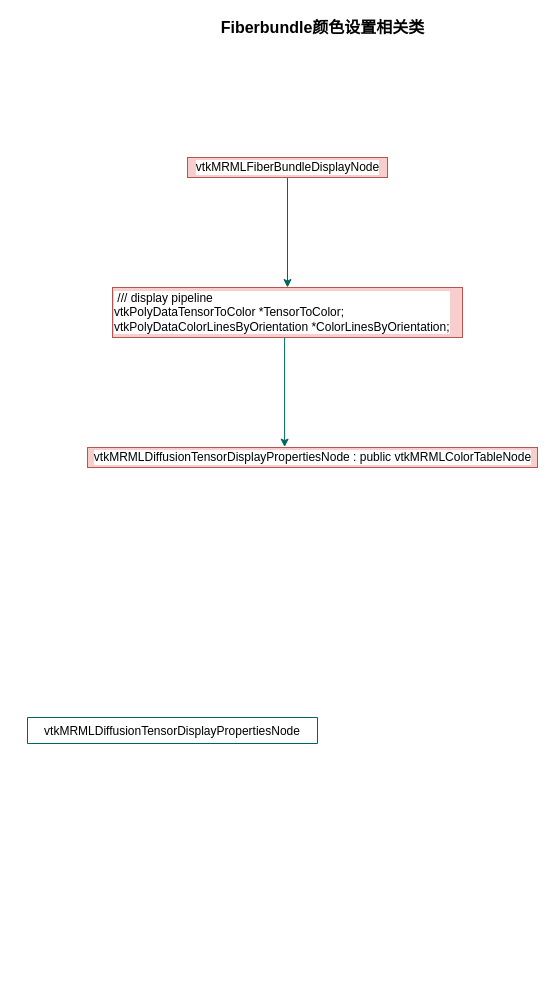
The draw.io diagram page "Page-7" (7 of 7) of tractseeding.drawio in bxdgit/drawio-example, before the edit. Source tidied: cells renumbered, new cells numbered last; positions are measured from the earlier drawing's top-left corner, leaving out a move shared by most shapes. Both pictures are drawn from the tidied source at 100%, with x=0, y=0 at pixel (27, 17).
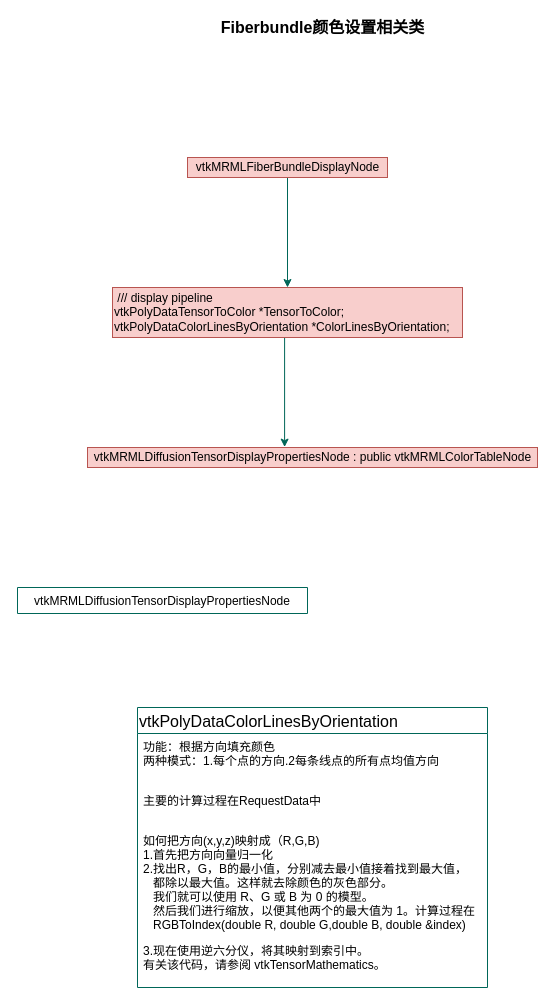
Above is the later version.

Change to the diagram source:
```diff
@@
 <mxGraphModel>
   <root>
     <mxCell id="0" />
     <mxCell id="1" parent="0" />
     <mxCell id="2" value="vtkMRMLDiffusionTensorDisplayPropertiesNode" style="swimlane;fontStyle=0;horizontal=1;startSize=26;fillColor=none;rounded=0;sketch=0;fontColor=default;strokeColor=#006658;" parent="1" vertex="1" collapsed="1">
-      <mxGeometry y="700" width="290" height="26" as="geometry" />
+      <mxGeometry x="-10" y="570" width="290" height="26" as="geometry" />
     </mxCell>
     <mxCell id="3" style="edgeStyle=orthogonalEdgeStyle;curved=0;rounded=1;sketch=0;jettySize=auto;html=1;entryX=0.438;entryY=-0.02;entryDx=0;entryDy=0;entryPerimeter=0;fontColor=default;strokeColor=#006658;fillColor=#21C0A5;labelBackgroundColor=default;" parent="1" edge="1" source="4" target="5">
       <mxGeometry relative="1" as="geometry">
         <Array as="points">
           <mxPoint x="257" y="430" />
           <mxPoint x="257" y="430" />
         </Array>
       </mxGeometry>
     </mxCell>
-    <mxCell id="4" value="&lt;div&gt;&amp;nbsp;/// display pipeline&lt;/div&gt;&lt;div&gt;&lt;span&gt;vtkPolyDataTensorToColor *TensorToColor;&lt;/span&gt;&lt;/div&gt;&lt;div&gt;vtkPolyDataColorLinesByOrientation *ColorLinesByOrientation;&lt;/div&gt;" style="text;html=1;align=left;verticalAlign=middle;points=[];strokeColor=#b85450;fillColor=#f8cecc;fontColor=default;labelBackgroundColor=default;" parent="1" vertex="1">
+    <mxCell id="4" value="&lt;div&gt;&amp;nbsp;/// display pipeline&lt;/div&gt;&lt;div&gt;&lt;span&gt;vtkPolyDataTensorToColor *TensorToColor;&lt;/span&gt;&lt;/div&gt;&lt;div&gt;vtkPolyDataColorLinesByOrientation *ColorLinesByOrientation;&lt;/div&gt;" style="text;html=1;align=left;verticalAlign=middle;points=[];strokeColor=#b85450;fillColor=#f8cecc;fontColor=default;" parent="1" vertex="1">
       <mxGeometry x="85" y="270" width="350" height="50" as="geometry" />
     </mxCell>
-    <mxCell id="5" value="vtkMRMLDiffusionTensorDisplayPropertiesNode : public vtkMRMLColorTableNode" style="text;html=1;align=center;verticalAlign=middle;points=[];strokeColor=#b85450;fillColor=#f8cecc;fontColor=default;labelBackgroundColor=default;" parent="1" vertex="1">
+    <mxCell id="5" value="vtkMRMLDiffusionTensorDisplayPropertiesNode : public vtkMRMLColorTableNode" style="text;html=1;align=center;verticalAlign=middle;points=[];strokeColor=#b85450;fillColor=#f8cecc;fontColor=default;" parent="1" vertex="1">
       <mxGeometry x="60" y="430" width="450" height="20" as="geometry" />
     </mxCell>
-    <mxCell id="6" style="edgeStyle=orthogonalEdgeStyle;curved=0;rounded=1;sketch=0;jettySize=auto;html=1;fontColor=default;strokeColor=#006658;fillColor=#21C0A5;labelBackgroundColor=default;" parent="1" edge="1" source="7" target="4">
+    <mxCell id="6" style="edgeStyle=orthogonalEdgeStyle;curved=0;rounded=1;sketch=0;jettySize=auto;html=1;fontColor=default;strokeColor=#006658;fillColor=#21C0A5;" parent="1" edge="1" source="7" target="4">
       <mxGeometry relative="1" as="geometry" />
     </mxCell>
-    <mxCell id="7" value="vtkMRMLFiberBundleDisplayNode" style="text;html=1;align=center;verticalAlign=middle;points=[];strokeColor=#b85450;fillColor=#f8cecc;fontColor=default;labelBackgroundColor=default;" parent="1" vertex="1">
+    <mxCell id="7" value="vtkMRMLFiberBundleDisplayNode" style="text;html=1;align=center;verticalAlign=middle;points=[];strokeColor=#b85450;fillColor=#f8cecc;fontColor=default;" parent="1" vertex="1">
       <mxGeometry x="160" y="140" width="200" height="20" as="geometry" />
     </mxCell>
     <mxCell id="8" value="Fiberbundle颜色设置相关类" style="text;html=1;align=center;verticalAlign=middle;strokeColor=none;fillColor=none;fontColor=default;fontStyle=1;fontSize=16;" parent="1" vertex="1">
       <mxGeometry x="185" width="220" height="20" as="geometry" />
     </mxCell>
+    <mxCell id="9" value="vtkPolyDataColorLinesByOrientation" style="swimlane;fontStyle=0;horizontal=1;startSize=26;fillColor=none;rounded=0;labelBackgroundColor=default;sketch=0;fontSize=16;fontColor=default;strokeColor=#006658;align=left;" parent="1" vertex="1">
+      <mxGeometry x="110" y="690" width="350" height="280" as="geometry" />
+    </mxCell>
+    <mxCell id="10" value="功能：根据方向填充颜色&#10;两种模式：1.每个点的方向.2每条线点的所有点均值方向&#10;" style="text;strokeColor=none;fillColor=none;align=left;verticalAlign=top;spacingLeft=4;spacingRight=4;overflow=hidden;rounded=0;labelBackgroundColor=default;sketch=0;fontSize=12;fontColor=default;" parent="9" vertex="1">
+      <mxGeometry y="26" width="350" height="54" as="geometry" />
+    </mxCell>
+    <mxCell id="11" value="主要的计算过程在RequestData中" style="text;strokeColor=none;fillColor=none;align=left;verticalAlign=top;spacingLeft=4;spacingRight=4;overflow=hidden;rounded=0;labelBackgroundColor=default;sketch=0;fontSize=12;fontColor=default;" parent="9" vertex="1">
+      <mxGeometry y="80" width="350" height="40" as="geometry" />
+    </mxCell>
+    <mxCell id="12" value="如何把方向(x,y,z)映射成（R,G,B)&#10;1.首先把方向向量归一化&#10;2.找出R，G，B的最小值，分别减去最小值接着找到最大值，&#10;   都除以最大值。这样就去除颜色的灰色部分。&#10;   我们就可以使用 R、G 或 B 为 0 的模型。&#10;   然后我们进行缩放，以便其他两个的最大值为 1。计算过程在&#10;   RGBToIndex(double R, double G,double B, double &amp;index)" style="text;strokeColor=none;fillColor=none;align=left;verticalAlign=top;spacingLeft=4;spacingRight=4;overflow=hidden;rounded=0;labelBackgroundColor=default;sketch=0;fontSize=12;fontColor=default;labelBorderColor=none;" parent="9" vertex="1">
+      <mxGeometry y="120" width="350" height="110" as="geometry" />
+    </mxCell>
+    <mxCell id="13" value="3.现在使用逆六分仪，将其映射到索引中。&#10;有关该代码，请参阅 vtkTensorMathematics。" style="text;strokeColor=none;fillColor=none;align=left;verticalAlign=top;spacingLeft=4;spacingRight=4;overflow=hidden;rounded=0;labelBackgroundColor=default;sketch=0;fontSize=12;fontColor=default;" parent="9" vertex="1">
+      <mxGeometry y="230" width="350" height="50" as="geometry" />
+    </mxCell>
   </root>
 </mxGraphModel>
```
